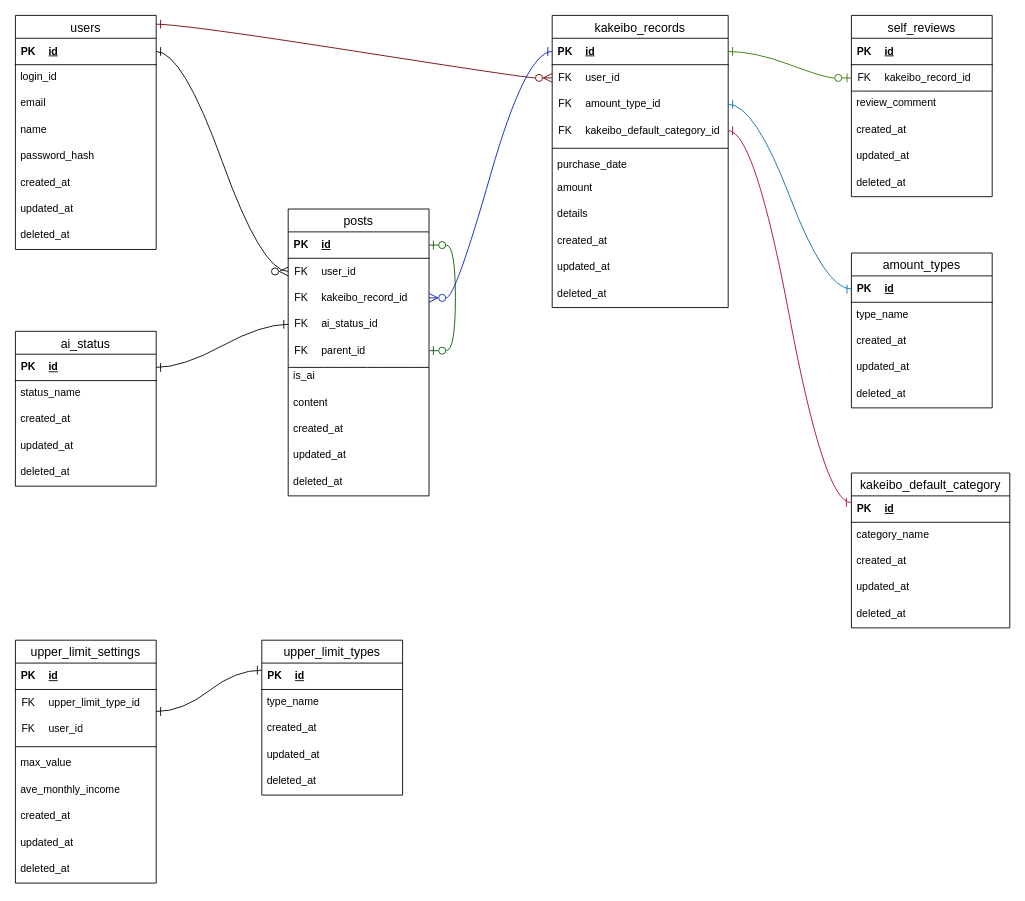
This is docs/DB設計/ER図resmane.drawio from space-musicacct/resmane, a draw.io file, before an edit. Source tidied: cells renumbered, new cells numbered last; positions are measured from the earlier drawing's top-left corner, leaving out a move shared by most shapes. Both pictures are drawn from the tidied source at 88%, with x=0, y=0 at pixel (15, 15).
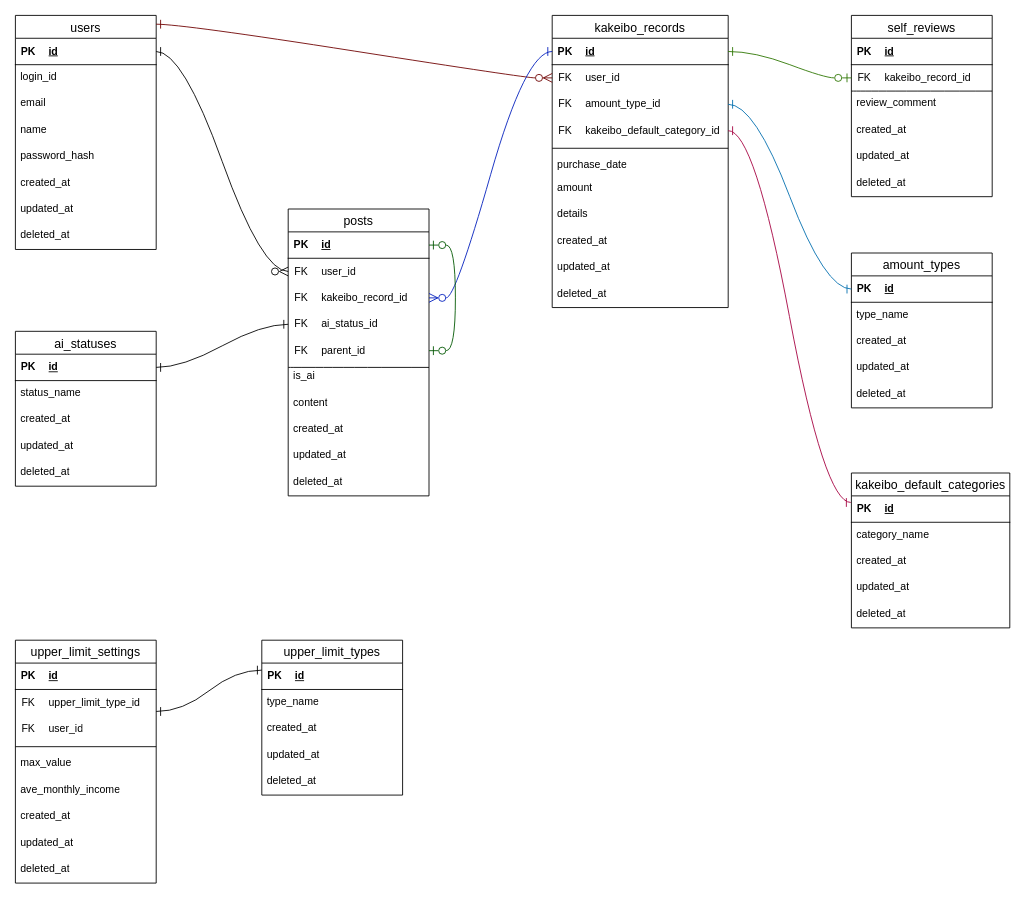
The same page after the edit.

Commit message (it also covers changes not shown here):
レビュー指摘を反映: ER図テーブル名複数形統一、AIフィードバック再生成禁止条件追加、BE向け連絡メモ追加

Change to the diagram source:
```diff
@@
-    <mxCell id="46" value="kakeibo_default_category" style="swimlane;fontStyle=0;horizontal=1;startSize=26;align=center;fontSize=14;" parent="1" vertex="1">
+    <mxCell id="46" value="kakeibo_default_categories" style="swimlane;fontStyle=0;horizontal=1;startSize=26;align=center;fontSize=14;" parent="1" vertex="1">
       <mxGeometry x="950" y="520" width="180" height="176" as="geometry" />
     </mxCell>
@@
-    <mxCell id="119" value="ai_status" style="swimlane;fontStyle=0;horizontal=1;startSize=26;align=center;fontSize=14;" parent="1" vertex="1">
+    <mxCell id="119" value="ai_statuses" style="swimlane;fontStyle=0;horizontal=1;startSize=26;align=center;fontSize=14;" parent="1" vertex="1">
       <mxGeometry y="359" width="160" height="176" as="geometry" />
     </mxCell>
```
